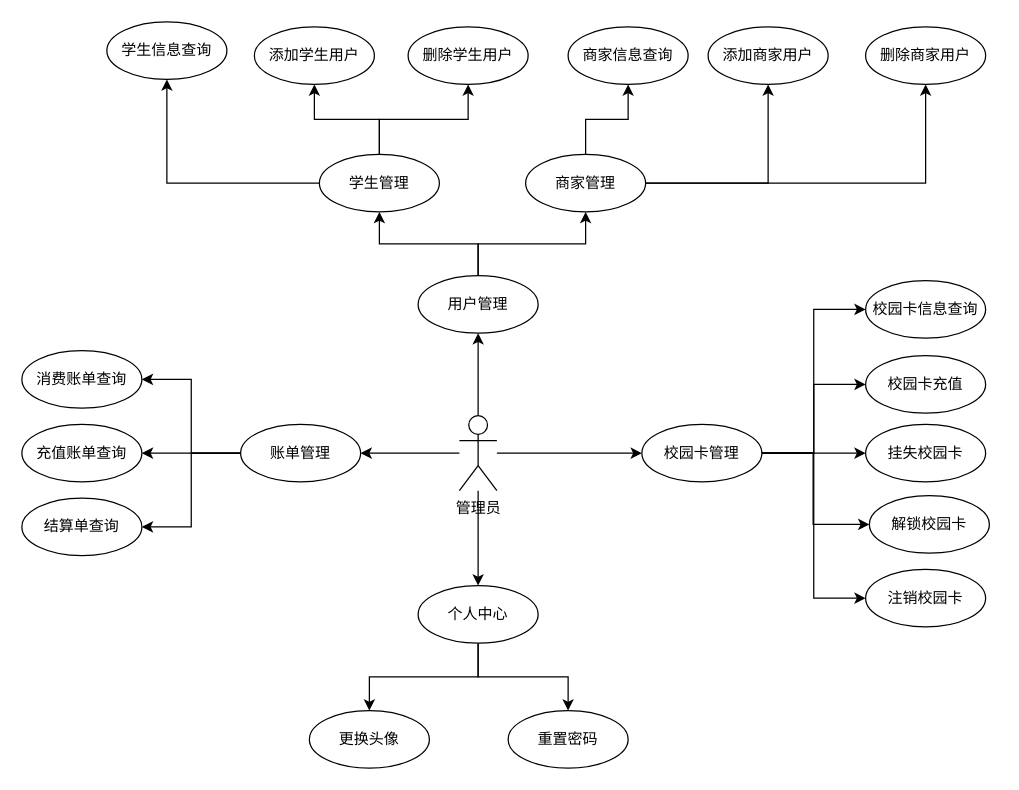
Before: ER-Charts/用例图-商家.drawio in ShiaoYoung/Database-course_design, a draw.io diagram. Source tidied: cells renumbered, new cells numbered last; positions are measured from the earlier drawing's top-left corner, leaving out a move shared by most shapes. Both pictures are drawn from the tidied source at 125%, with x=0, y=0 at pixel (21, 21).
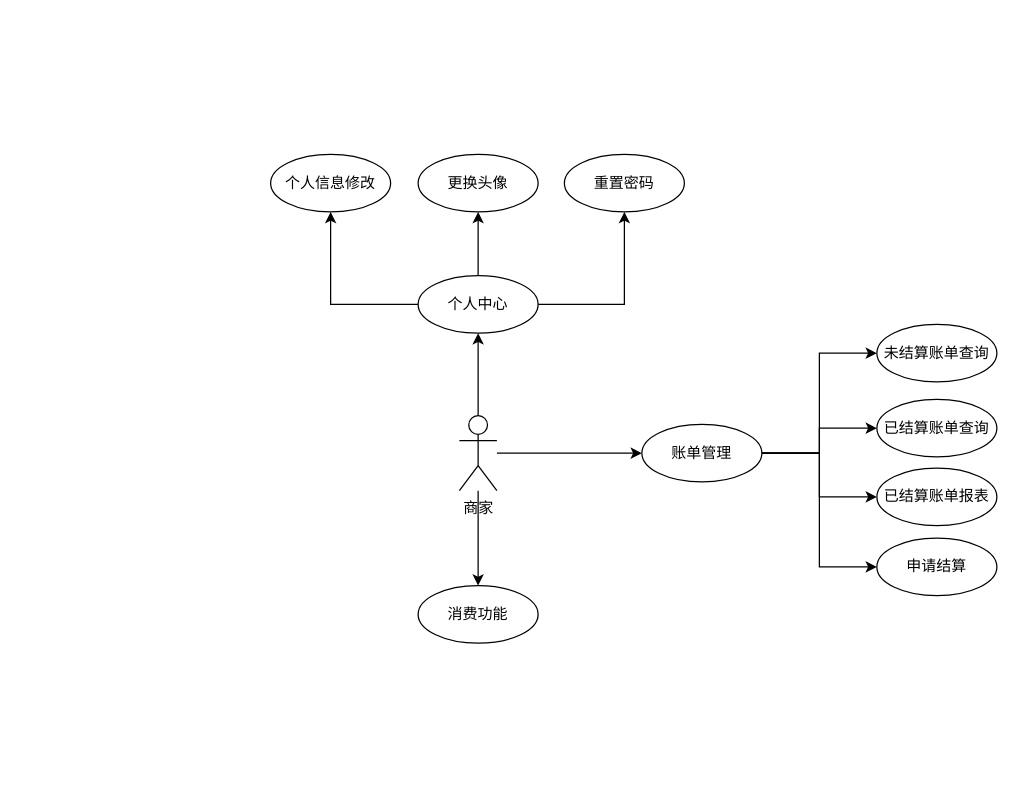
The same diagram, later.

Commit message (it also covers changes not shown here):
更新用例图-商家.drawio

The edit, as a diff of the source:
```diff
@@
-    <mxCell id="4" style="edgeStyle=orthogonalEdgeStyle;rounded=0;jettySize=auto;html=1;entryX=1;entryY=0.5;entryDx=0;entryDy=0;" parent="1" edge="1" source="6" target="27">
-      <mxGeometry relative="1" as="geometry" />
-    </mxCell>
@@
-    <mxCell id="6" value="管理员" style="shape=umlActor;verticalLabelPosition=bottom;verticalAlign=top;html=1;outlineConnect=0;" parent="1" vertex="1">
+    <mxCell id="6" value="商家" style="shape=umlActor;verticalLabelPosition=bottom;verticalAlign=top;html=1;outlineConnect=0;" parent="1" vertex="1">
       <mxGeometry x="350" y="315" width="30" height="60" as="geometry" />
     </mxCell>
@@
+    <mxCell id="48" style="edgeStyle=orthogonalEdgeStyle;rounded=0;jettySize=auto;html=1;entryX=0.5;entryY=1;entryDx=0;entryDy=0;" parent="1" edge="1" source="9" target="46">
+      <mxGeometry relative="1" as="geometry" />
+    </mxCell>
-    <mxCell id="9" value="用户管理" style="ellipse;whiteSpace=wrap;html=1;" parent="1" vertex="1">
+    <mxCell id="9" value="个人中心" style="ellipse;whiteSpace=wrap;html=1;" parent="1" vertex="1">
       <mxGeometry x="317" y="203" width="96" height="46" as="geometry" />
     </mxCell>
-    <mxCell id="10" style="edgeStyle=orthogonalEdgeStyle;rounded=0;jettySize=auto;html=1;entryX=0.5;entryY=1;entryDx=0;entryDy=0;" parent="1" edge="1" source="13" target="36">
-      <mxGeometry relative="1" as="geometry" />
-    </mxCell>
-    <mxCell id="11" style="edgeStyle=orthogonalEdgeStyle;rounded=0;jettySize=auto;html=1;entryX=0.5;entryY=1;entryDx=0;entryDy=0;" parent="1" edge="1" source="13" target="37">
-      <mxGeometry relative="1" as="geometry" />
-    </mxCell>
-    <mxCell id="12" style="edgeStyle=orthogonalEdgeStyle;rounded=0;jettySize=auto;html=1;entryX=0.5;entryY=1;entryDx=0;entryDy=0;" parent="1" edge="1" source="13" target="38">
-      <mxGeometry relative="1" as="geometry" />
-    </mxCell>
-    <mxCell id="13" value="学生管理" style="ellipse;whiteSpace=wrap;html=1;" parent="1" vertex="1">
-      <mxGeometry x="238" y="106" width="96" height="46" as="geometry" />
+    <mxCell id="13" value="个人信息修改" style="ellipse;whiteSpace=wrap;html=1;" parent="1" vertex="1">
+      <mxGeometry x="199" y="106" width="96" height="46" as="geometry" />
     </mxCell>
-    <mxCell id="14" style="edgeStyle=orthogonalEdgeStyle;rounded=0;jettySize=auto;html=1;entryX=0.5;entryY=1;entryDx=0;entryDy=0;" parent="1" edge="1" source="17" target="39">
-      <mxGeometry relative="1" as="geometry" />
-    </mxCell>
-    <mxCell id="15" style="edgeStyle=orthogonalEdgeStyle;rounded=0;jettySize=auto;html=1;entryX=0.5;entryY=1;entryDx=0;entryDy=0;" parent="1" edge="1" source="17" target="40">
-      <mxGeometry relative="1" as="geometry" />
-    </mxCell>
-    <mxCell id="16" style="edgeStyle=orthogonalEdgeStyle;rounded=0;jettySize=auto;html=1;entryX=0.5;entryY=1;entryDx=0;entryDy=0;" parent="1" edge="1" source="17" target="41">
-      <mxGeometry relative="1" as="geometry" />
-    </mxCell>
-    <mxCell id="17" value="商家管理" style="ellipse;whiteSpace=wrap;html=1;" parent="1" vertex="1">
-      <mxGeometry x="403" y="106" width="96" height="46" as="geometry" />
+    <mxCell id="17" value="重置密码" style="ellipse;whiteSpace=wrap;html=1;" parent="1" vertex="1">
+      <mxGeometry x="434" y="106" width="96" height="46" as="geometry" />
     </mxCell>
@@
     <mxCell id="21" style="edgeStyle=orthogonalEdgeStyle;rounded=0;jettySize=auto;html=1;entryX=0;entryY=0.5;entryDx=0;entryDy=0;" parent="1" edge="1" source="23" target="33">
-      <mxGeometry relative="1" as="geometry">
-        <Array as="points">
-          <mxPoint x="633" y="345" />
-          <mxPoint x="633" y="402" />
-        </Array>
-      </mxGeometry>
+      <mxGeometry relative="1" as="geometry" />
     </mxCell>
-    <mxCell id="22" style="edgeStyle=orthogonalEdgeStyle;rounded=0;jettySize=auto;html=1;entryX=0;entryY=0.5;entryDx=0;entryDy=0;" parent="1" edge="1" source="23" target="34">
-      <mxGeometry relative="1" as="geometry" />
-    </mxCell>
-    <mxCell id="23" value="校园卡管理" style="ellipse;whiteSpace=wrap;html=1;" parent="1" vertex="1">
+    <mxCell id="23" value="账单管理" style="ellipse;whiteSpace=wrap;html=1;" parent="1" vertex="1">
       <mxGeometry x="496" y="322" width="96" height="46" as="geometry" />
     </mxCell>
-    <mxCell id="24" style="edgeStyle=orthogonalEdgeStyle;rounded=0;jettySize=auto;html=1;entryX=1;entryY=0.5;entryDx=0;entryDy=0;" parent="1" edge="1" source="27" target="28">
-      <mxGeometry relative="1" as="geometry" />
-    </mxCell>
-    <mxCell id="25" style="edgeStyle=orthogonalEdgeStyle;rounded=0;jettySize=auto;html=1;entryX=1;entryY=0.5;entryDx=0;entryDy=0;" parent="1" edge="1" source="27" target="29">
-      <mxGeometry relative="1" as="geometry" />
-    </mxCell>
-    <mxCell id="26" style="edgeStyle=orthogonalEdgeStyle;rounded=0;jettySize=auto;html=1;entryX=1;entryY=0.5;entryDx=0;entryDy=0;" parent="1" edge="1" source="27" target="30">
-      <mxGeometry relative="1" as="geometry" />
-    </mxCell>
-    <mxCell id="27" value="账单管理" style="ellipse;whiteSpace=wrap;html=1;" parent="1" vertex="1">
-      <mxGeometry x="175" y="322" width="96" height="46" as="geometry" />
-    </mxCell>
-    <mxCell id="28" value="消费账单查询" style="ellipse;whiteSpace=wrap;html=1;" parent="1" vertex="1">
-      <mxGeometry y="263" width="96" height="46" as="geometry" />
-    </mxCell>
-    <mxCell id="29" value="充值账单查询" style="ellipse;whiteSpace=wrap;html=1;" parent="1" vertex="1">
-      <mxGeometry y="322" width="96" height="46" as="geometry" />
-    </mxCell>
-    <mxCell id="30" value="结算单查询" style="ellipse;whiteSpace=wrap;html=1;" parent="1" vertex="1">
-      <mxGeometry y="381" width="96" height="46" as="geometry" />
-    </mxCell>
-    <mxCell id="31" value="校园卡信息查询" style="ellipse;whiteSpace=wrap;html=1;" parent="1" vertex="1">
-      <mxGeometry x="675" y="207" width="96" height="46" as="geometry" />
+    <mxCell id="31" value="未结算账单查询" style="ellipse;whiteSpace=wrap;html=1;" parent="1" vertex="1">
+      <mxGeometry x="684" y="242" width="96" height="46" as="geometry" />
     </mxCell>
-    <mxCell id="32" value="校园卡充值" style="ellipse;whiteSpace=wrap;html=1;" parent="1" vertex="1">
-      <mxGeometry x="675" y="267" width="96" height="46" as="geometry" />
+    <mxCell id="32" value="已结算账单查询" style="ellipse;whiteSpace=wrap;html=1;" parent="1" vertex="1">
+      <mxGeometry x="684" y="302" width="96" height="46" as="geometry" />
     </mxCell>
-    <mxCell id="33" value="解锁校园卡" style="ellipse;whiteSpace=wrap;html=1;" parent="1" vertex="1">
-      <mxGeometry x="678" y="379" width="96" height="46" as="geometry" />
+    <mxCell id="33" value="申请结算" style="ellipse;whiteSpace=wrap;html=1;" parent="1" vertex="1">
+      <mxGeometry x="684" y="413" width="96" height="46" as="geometry" />
     </mxCell>
-    <mxCell id="34" value="注销校园卡" style="ellipse;whiteSpace=wrap;html=1;" parent="1" vertex="1">
-      <mxGeometry x="675" y="438" width="96" height="46" as="geometry" />
-    </mxCell>
-    <mxCell id="35" value="挂失校园卡" style="ellipse;whiteSpace=wrap;html=1;" parent="1" vertex="1">
-      <mxGeometry x="675" y="322" width="96" height="46" as="geometry" />
+    <mxCell id="35" value="已结算账单报表" style="ellipse;whiteSpace=wrap;html=1;" parent="1" vertex="1">
+      <mxGeometry x="684" y="357" width="96" height="46" as="geometry" />
     </mxCell>
-    <mxCell id="36" value="学生信息查询" style="ellipse;whiteSpace=wrap;html=1;" parent="1" vertex="1">
-      <mxGeometry x="68" width="96" height="46" as="geometry" />
-    </mxCell>
-    <mxCell id="37" value="添加学生用户" style="ellipse;whiteSpace=wrap;html=1;" parent="1" vertex="1">
-      <mxGeometry x="186" y="4" width="96" height="46" as="geometry" />
-    </mxCell>
-    <mxCell id="38" value="删除学生用户" style="ellipse;whiteSpace=wrap;html=1;" parent="1" vertex="1">
-      <mxGeometry x="309" y="4" width="96" height="46" as="geometry" />
-    </mxCell>
-    <mxCell id="39" value="商家信息查询" style="ellipse;whiteSpace=wrap;html=1;" parent="1" vertex="1">
-      <mxGeometry x="437" y="4" width="96" height="46" as="geometry" />
-    </mxCell>
-    <mxCell id="40" value="添加商家用户" style="ellipse;whiteSpace=wrap;html=1;" parent="1" vertex="1">
-      <mxGeometry x="549" y="4" width="96" height="46" as="geometry" />
-    </mxCell>
-    <mxCell id="41" value="删除商家用户" style="ellipse;whiteSpace=wrap;html=1;" parent="1" vertex="1">
-      <mxGeometry x="675" y="4" width="96" height="46" as="geometry" />
-    </mxCell>
@@
-    <mxCell id="43" style="edgeStyle=orthogonalEdgeStyle;rounded=0;jettySize=auto;html=1;entryX=0.5;entryY=0;entryDx=0;entryDy=0;" parent="1" edge="1" source="45" target="46">
-      <mxGeometry relative="1" as="geometry" />
-    </mxCell>
-    <mxCell id="44" style="edgeStyle=orthogonalEdgeStyle;rounded=0;jettySize=auto;html=1;entryX=0.5;entryY=0;entryDx=0;entryDy=0;" parent="1" edge="1" source="45" target="47">
-      <mxGeometry relative="1" as="geometry" />
-    </mxCell>
-    <mxCell id="45" value="个人中心" style="ellipse;whiteSpace=wrap;html=1;" parent="1" vertex="1">
+    <mxCell id="45" value="消费功能" style="ellipse;whiteSpace=wrap;html=1;" parent="1" vertex="1">
       <mxGeometry x="317" y="451" width="96" height="46" as="geometry" />
     </mxCell>
     <mxCell id="46" value="更换头像" style="ellipse;whiteSpace=wrap;html=1;" parent="1" vertex="1">
-      <mxGeometry x="230" y="551" width="96" height="46" as="geometry" />
+      <mxGeometry x="317" y="106" width="96" height="46" as="geometry" />
     </mxCell>
-    <mxCell id="47" value="重置密码" style="ellipse;whiteSpace=wrap;html=1;" parent="1" vertex="1">
-      <mxGeometry x="389" y="551" width="96" height="46" as="geometry" />
-    </mxCell>
```
